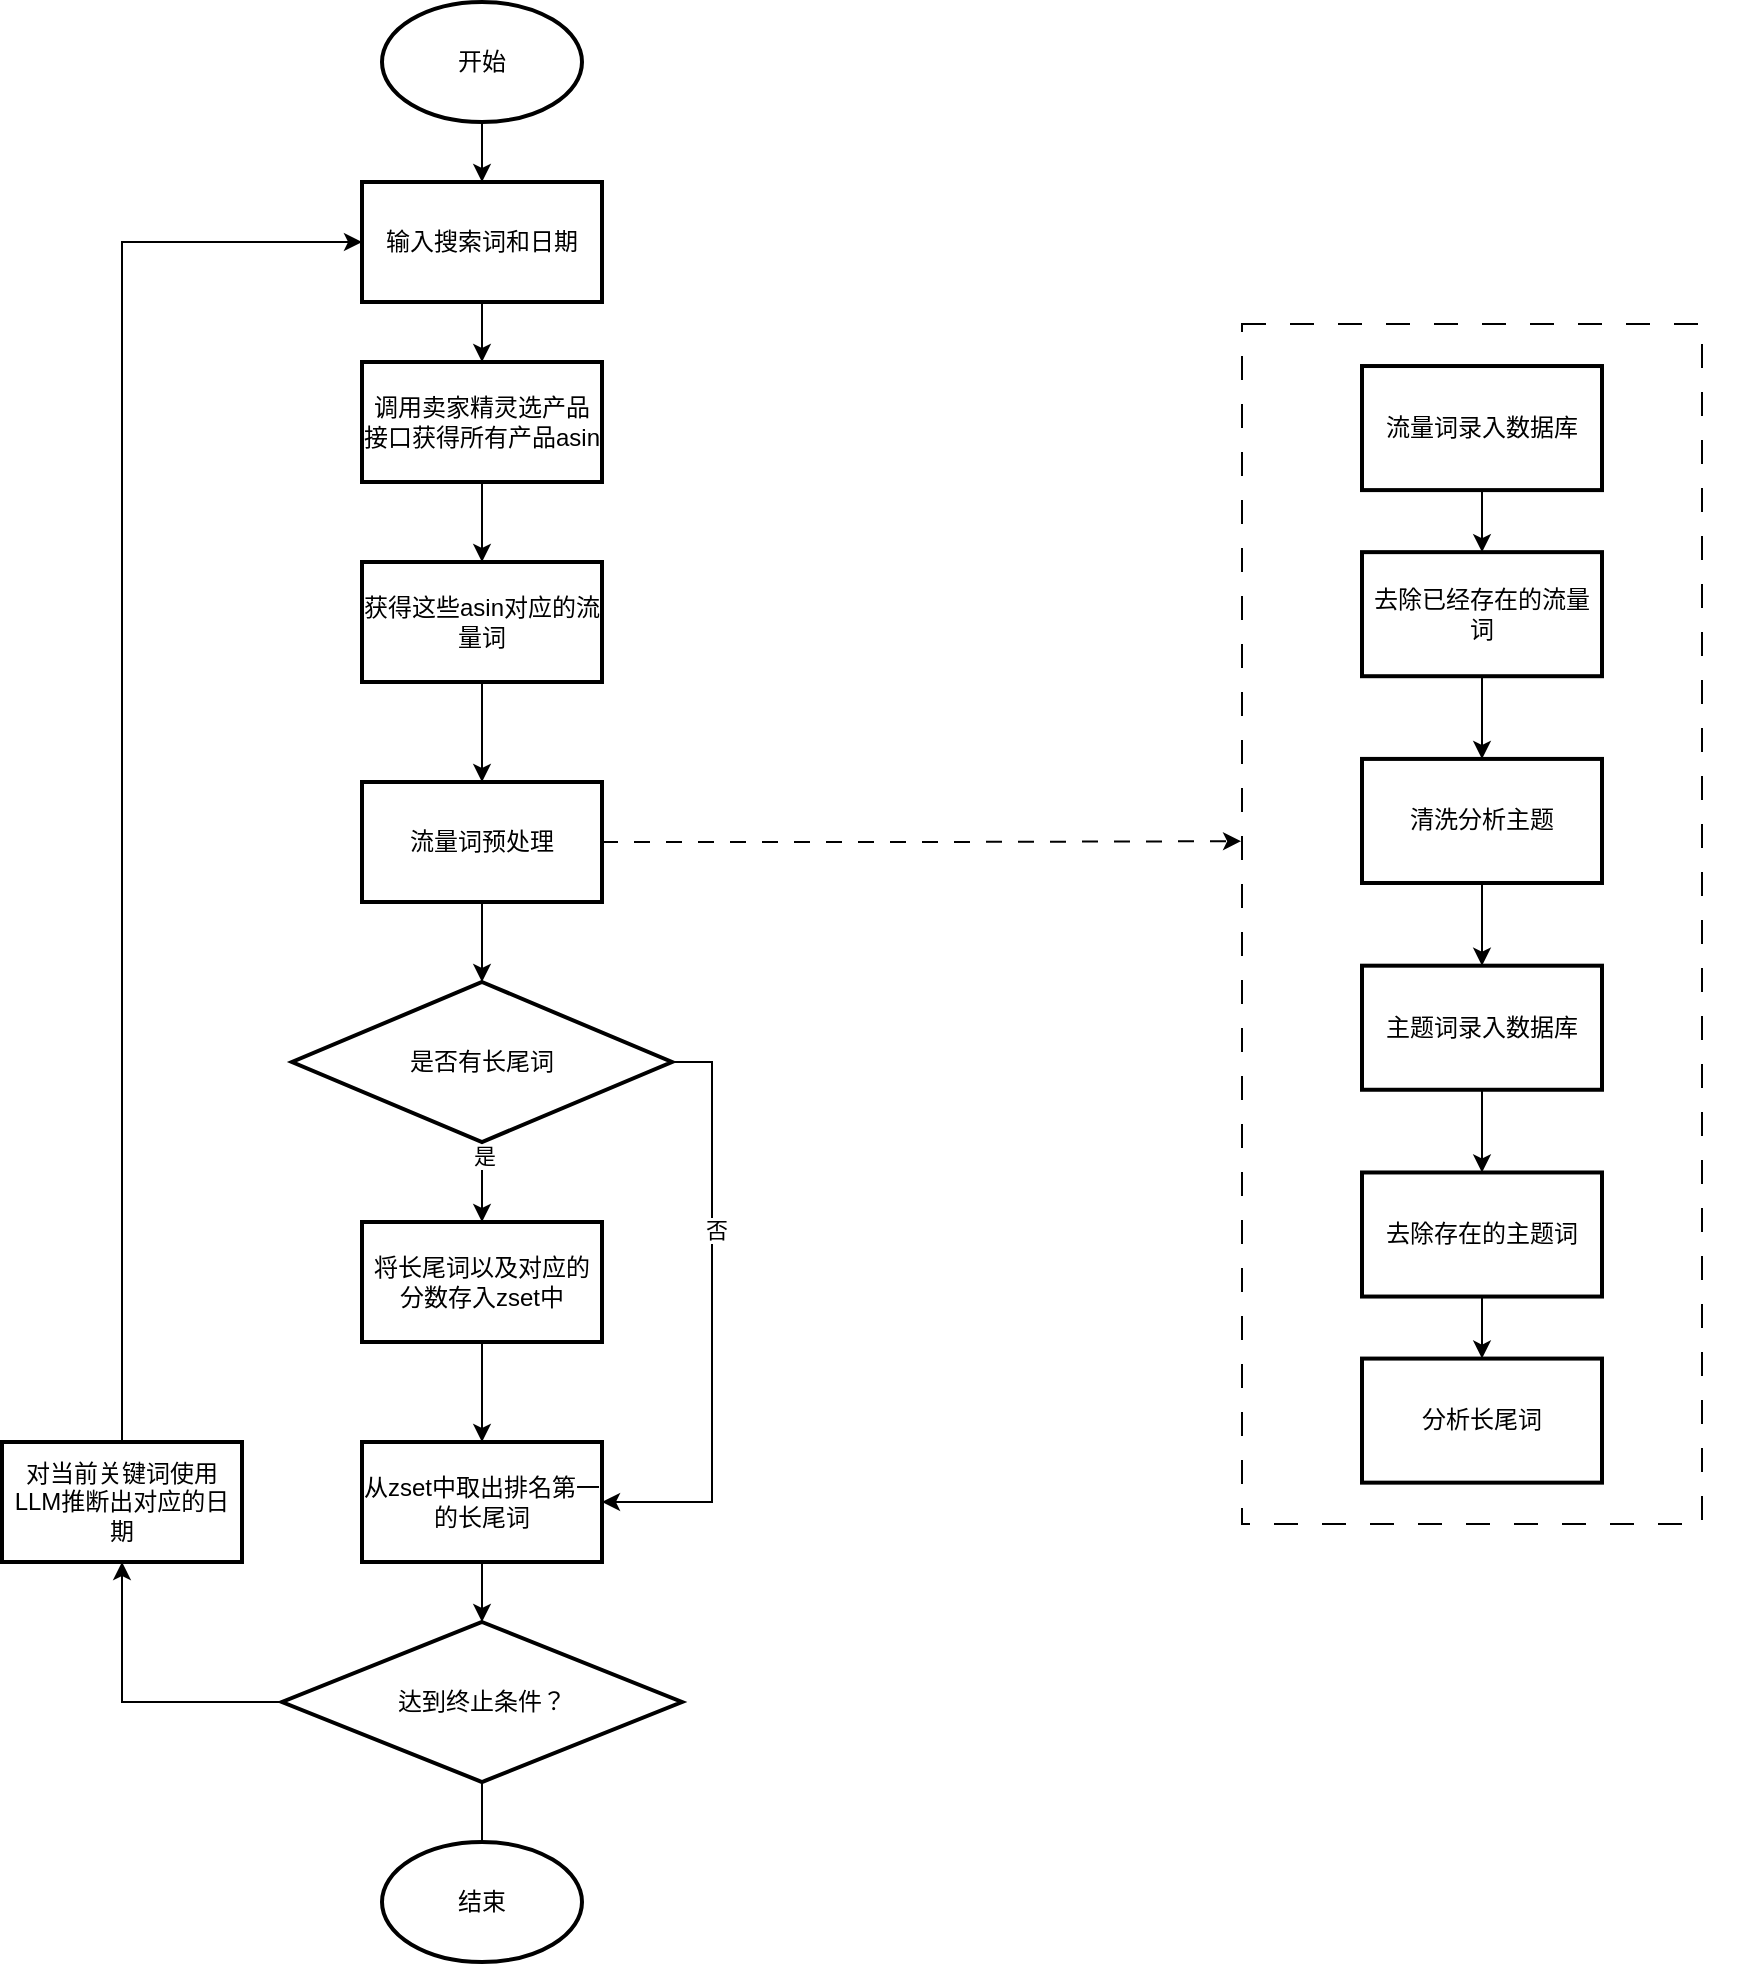
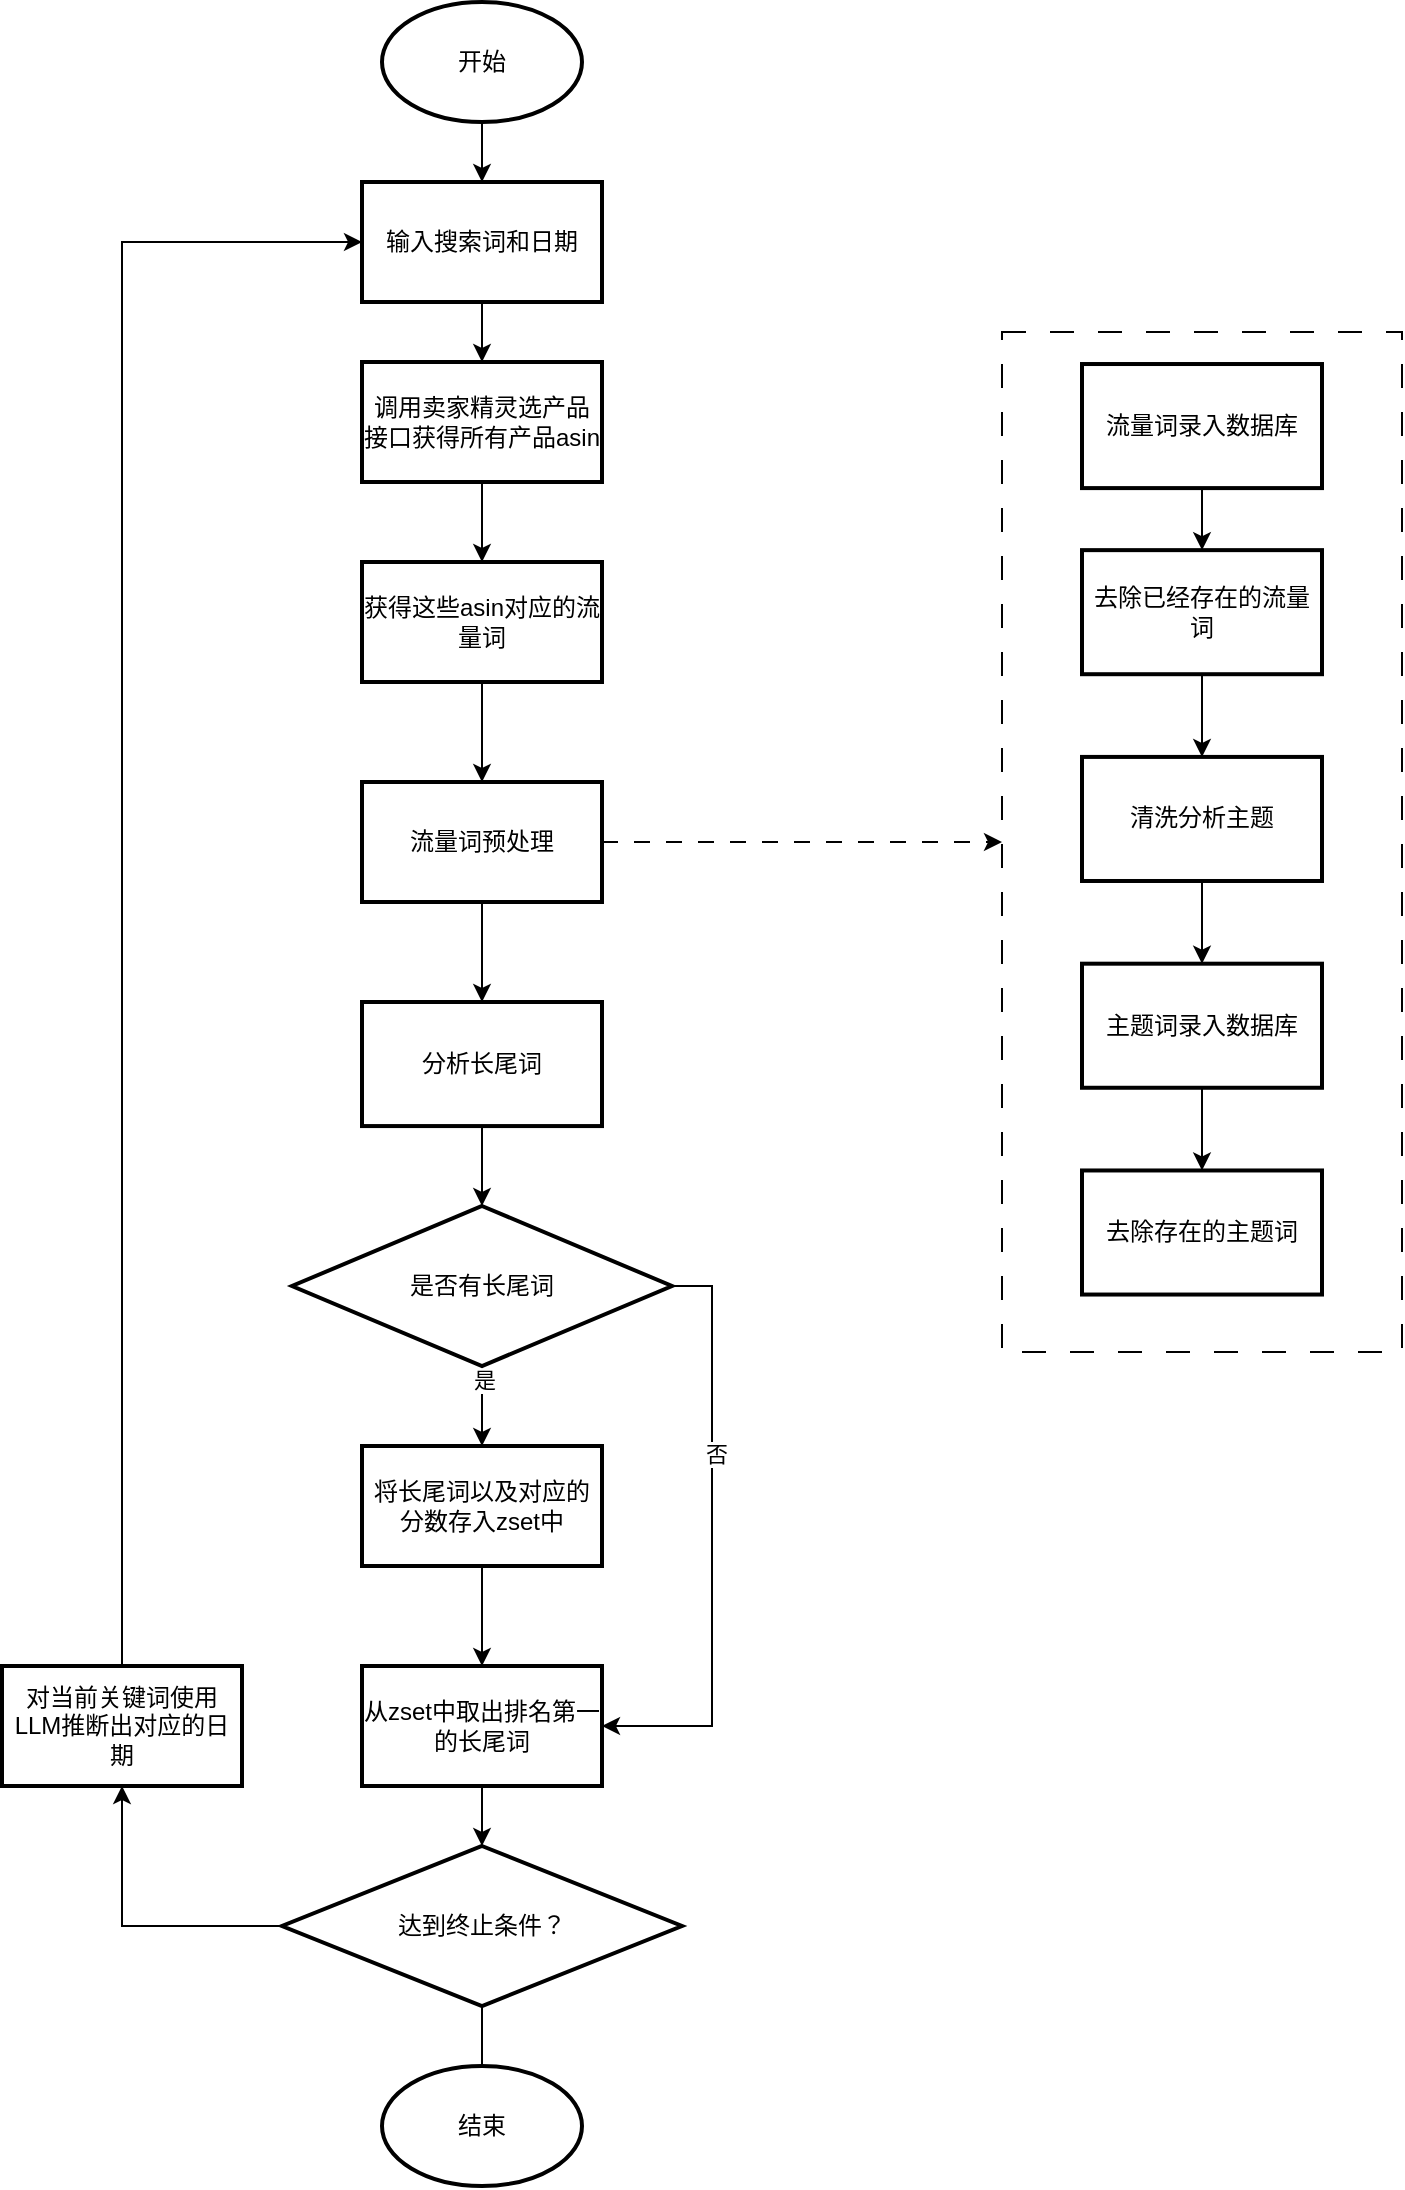
<mxfile host="app.diagrams.net">
  <diagram id="C5RBs43oDa-KdzZeNtuy" name="Page-1">
-     <mxGraphModel dx="1406" dy="746" grid="1" gridSize="10" guides="1" tooltips="1" connect="1" arrows="1" fold="1" page="1" pageScale="1" pageWidth="827" pageHeight="1169" math="0" shadow="0">
+     <mxGraphModel dx="1758" dy="933" grid="1" gridSize="10" guides="1" tooltips="1" connect="1" arrows="1" fold="1" page="1" pageScale="1" pageWidth="1169" pageHeight="827" math="0" shadow="0">
      <root>
        <mxCell id="WIyWlLk6GJQsqaUBKTNV-0" />
        <mxCell id="WIyWlLk6GJQsqaUBKTNV-1" parent="WIyWlLk6GJQsqaUBKTNV-0" />
        <mxCell id="lqHJidFNR8SIyas8HkI6-2" edge="1" parent="WIyWlLk6GJQsqaUBKTNV-1" source="lqHJidFNR8SIyas8HkI6-0" style="edgeStyle=orthogonalEdgeStyle;rounded=0;orthogonalLoop=1;jettySize=auto;html=1;" target="lqHJidFNR8SIyas8HkI6-1" value="">
          <mxGeometry relative="1" as="geometry" />
        </mxCell>
        <mxCell id="lqHJidFNR8SIyas8HkI6-0" parent="WIyWlLk6GJQsqaUBKTNV-1" style="strokeWidth=2;html=1;shape=mxgraph.flowchart.start_1;whiteSpace=wrap;" value="开始" vertex="1">
          <mxGeometry height="60" width="100" x="280" y="120" as="geometry" />
        </mxCell>
        <mxCell id="lqHJidFNR8SIyas8HkI6-4" edge="1" parent="WIyWlLk6GJQsqaUBKTNV-1" source="lqHJidFNR8SIyas8HkI6-1" style="edgeStyle=orthogonalEdgeStyle;rounded=0;orthogonalLoop=1;jettySize=auto;html=1;" target="lqHJidFNR8SIyas8HkI6-3" value="">
          <mxGeometry relative="1" as="geometry" />
        </mxCell>
        <mxCell id="lqHJidFNR8SIyas8HkI6-1" parent="WIyWlLk6GJQsqaUBKTNV-1" style="whiteSpace=wrap;html=1;strokeWidth=2;" value="输入搜索词和日期" vertex="1">
          <mxGeometry height="60" width="120" x="270" y="210" as="geometry" />
        </mxCell>
        <mxCell id="lqHJidFNR8SIyas8HkI6-7" edge="1" parent="WIyWlLk6GJQsqaUBKTNV-1" source="lqHJidFNR8SIyas8HkI6-3" style="edgeStyle=orthogonalEdgeStyle;rounded=0;orthogonalLoop=1;jettySize=auto;html=1;" target="lqHJidFNR8SIyas8HkI6-6" value="">
          <mxGeometry relative="1" as="geometry" />
        </mxCell>
        <mxCell id="lqHJidFNR8SIyas8HkI6-3" parent="WIyWlLk6GJQsqaUBKTNV-1" style="whiteSpace=wrap;html=1;strokeWidth=2;" value="调用卖家精灵选产品接口获得所有产品asin" vertex="1">
          <mxGeometry height="60" width="120" x="270" y="300" as="geometry" />
        </mxCell>
        <mxCell id="lqHJidFNR8SIyas8HkI6-47" edge="1" parent="WIyWlLk6GJQsqaUBKTNV-1" source="lqHJidFNR8SIyas8HkI6-6" style="edgeStyle=orthogonalEdgeStyle;rounded=0;orthogonalLoop=1;jettySize=auto;html=1;" target="lqHJidFNR8SIyas8HkI6-46" value="">
          <mxGeometry relative="1" as="geometry" />
        </mxCell>
        <mxCell id="lqHJidFNR8SIyas8HkI6-6" parent="WIyWlLk6GJQsqaUBKTNV-1" style="whiteSpace=wrap;html=1;strokeWidth=2;" value="获得这些asin对应的流量词" vertex="1">
          <mxGeometry height="60" width="120" x="270" y="400" as="geometry" />
        </mxCell>
        <mxCell id="lqHJidFNR8SIyas8HkI6-31" edge="1" parent="WIyWlLk6GJQsqaUBKTNV-1" source="lqHJidFNR8SIyas8HkI6-20" style="edgeStyle=orthogonalEdgeStyle;rounded=0;orthogonalLoop=1;jettySize=auto;html=1;" target="lqHJidFNR8SIyas8HkI6-24" value="">
          <mxGeometry relative="1" as="geometry" />
        </mxCell>
        <mxCell id="lqHJidFNR8SIyas8HkI6-20" parent="WIyWlLk6GJQsqaUBKTNV-1" style="whiteSpace=wrap;html=1;strokeWidth=2;" value="将长尾词以及对应的分数存入zset中" vertex="1">
-           <mxGeometry height="60" width="120" x="270" y="730" as="geometry" />
+           <mxGeometry height="60" width="120" x="270" y="842" as="geometry" />
        </mxCell>
        <mxCell id="lqHJidFNR8SIyas8HkI6-36" edge="1" parent="WIyWlLk6GJQsqaUBKTNV-1" source="lqHJidFNR8SIyas8HkI6-24" style="edgeStyle=orthogonalEdgeStyle;rounded=0;orthogonalLoop=1;jettySize=auto;html=1;" target="lqHJidFNR8SIyas8HkI6-35" value="">
          <mxGeometry relative="1" as="geometry" />
        </mxCell>
        <mxCell id="lqHJidFNR8SIyas8HkI6-24" parent="WIyWlLk6GJQsqaUBKTNV-1" style="whiteSpace=wrap;html=1;strokeWidth=2;" value="从zset中取出排名第一的长尾词" vertex="1">
-           <mxGeometry height="60" width="120" x="270" y="840" as="geometry" />
+           <mxGeometry height="60" width="120" x="270" y="952" as="geometry" />
        </mxCell>
        <mxCell id="lqHJidFNR8SIyas8HkI6-30" edge="1" parent="WIyWlLk6GJQsqaUBKTNV-1" source="lqHJidFNR8SIyas8HkI6-28" style="edgeStyle=orthogonalEdgeStyle;rounded=0;orthogonalLoop=1;jettySize=auto;html=1;" target="lqHJidFNR8SIyas8HkI6-20" value="">
          <mxGeometry relative="1" as="geometry" />
        </mxCell>
        <mxCell id="lqHJidFNR8SIyas8HkI6-33" connectable="0" parent="lqHJidFNR8SIyas8HkI6-30" style="edgeLabel;html=1;align=center;verticalAlign=middle;resizable=0;points=[];" value="是" vertex="1">
          <mxGeometry relative="1" x="-0.65" y="1" as="geometry">
            <mxPoint as="offset" />
          </mxGeometry>
        </mxCell>
        <mxCell id="lqHJidFNR8SIyas8HkI6-32" edge="1" parent="WIyWlLk6GJQsqaUBKTNV-1" source="lqHJidFNR8SIyas8HkI6-28" style="edgeStyle=orthogonalEdgeStyle;rounded=0;orthogonalLoop=1;jettySize=auto;html=1;entryX=1;entryY=0.5;entryDx=0;entryDy=0;" target="lqHJidFNR8SIyas8HkI6-24">
          <mxGeometry relative="1" as="geometry">
            <Array as="points">
-               <mxPoint x="445" y="650" />
-               <mxPoint x="445" y="870" />
+               <mxPoint x="445" y="762" />
+               <mxPoint x="445" y="982" />
            </Array>
          </mxGeometry>
        </mxCell>
        <mxCell id="lqHJidFNR8SIyas8HkI6-34" connectable="0" parent="lqHJidFNR8SIyas8HkI6-32" style="edgeLabel;html=1;align=center;verticalAlign=middle;resizable=0;points=[];" value="否" vertex="1">
          <mxGeometry relative="1" x="-0.2949" y="2" as="geometry">
            <mxPoint as="offset" />
          </mxGeometry>
        </mxCell>
        <mxCell id="lqHJidFNR8SIyas8HkI6-28" parent="WIyWlLk6GJQsqaUBKTNV-1" style="rhombus;whiteSpace=wrap;html=1;strokeWidth=2;" value="是否有长尾词" vertex="1">
-           <mxGeometry height="80" width="190" x="235" y="610" as="geometry" />
+           <mxGeometry height="80" width="190" x="235" y="722" as="geometry" />
        </mxCell>
        <mxCell id="lqHJidFNR8SIyas8HkI6-39" edge="1" parent="WIyWlLk6GJQsqaUBKTNV-1" source="lqHJidFNR8SIyas8HkI6-35" style="edgeStyle=orthogonalEdgeStyle;rounded=0;orthogonalLoop=1;jettySize=auto;html=1;" target="lqHJidFNR8SIyas8HkI6-38" value="">
          <mxGeometry relative="1" as="geometry" />
        </mxCell>
        <mxCell id="lqHJidFNR8SIyas8HkI6-44" edge="1" parent="WIyWlLk6GJQsqaUBKTNV-1" source="lqHJidFNR8SIyas8HkI6-35" style="edgeStyle=orthogonalEdgeStyle;rounded=0;orthogonalLoop=1;jettySize=auto;html=1;" value="">
          <mxGeometry relative="1" as="geometry">
-             <mxPoint x="330" y="1089.9999999999995" as="targetPoint" />
+             <mxPoint x="330" y="1201.9999999999995" as="targetPoint" />
          </mxGeometry>
        </mxCell>
        <mxCell id="lqHJidFNR8SIyas8HkI6-35" parent="WIyWlLk6GJQsqaUBKTNV-1" style="rhombus;whiteSpace=wrap;html=1;strokeWidth=2;" value="达到终止条件？" vertex="1">
-           <mxGeometry height="80" width="200" x="230" y="930" as="geometry" />
+           <mxGeometry height="80" width="200" x="230" y="1042" as="geometry" />
        </mxCell>
        <mxCell id="lqHJidFNR8SIyas8HkI6-40" edge="1" parent="WIyWlLk6GJQsqaUBKTNV-1" source="lqHJidFNR8SIyas8HkI6-38" style="edgeStyle=orthogonalEdgeStyle;rounded=0;orthogonalLoop=1;jettySize=auto;html=1;entryX=0;entryY=0.5;entryDx=0;entryDy=0;" target="lqHJidFNR8SIyas8HkI6-1">
          <mxGeometry relative="1" as="geometry">
            <Array as="points">
              <mxPoint x="150" y="240" />
            </Array>
          </mxGeometry>
        </mxCell>
        <mxCell id="lqHJidFNR8SIyas8HkI6-38" parent="WIyWlLk6GJQsqaUBKTNV-1" style="whiteSpace=wrap;html=1;strokeWidth=2;" value="对当前关键词使用LLM推断出对应的日期" vertex="1">
-           <mxGeometry height="60" width="120" x="90" y="840" as="geometry" />
+           <mxGeometry height="60" width="120" x="90" y="952" as="geometry" />
        </mxCell>
        <mxCell id="lqHJidFNR8SIyas8HkI6-45" parent="WIyWlLk6GJQsqaUBKTNV-1" style="strokeWidth=2;html=1;shape=mxgraph.flowchart.start_1;whiteSpace=wrap;" value="结束" vertex="1">
-           <mxGeometry height="60" width="100" x="280" y="1040" as="geometry" />
+           <mxGeometry height="60" width="100" x="280" y="1152" as="geometry" />
        </mxCell>
-         <mxCell id="lqHJidFNR8SIyas8HkI6-48" edge="1" parent="WIyWlLk6GJQsqaUBKTNV-1" source="lqHJidFNR8SIyas8HkI6-46" style="edgeStyle=orthogonalEdgeStyle;rounded=0;orthogonalLoop=1;jettySize=auto;html=1;" target="lqHJidFNR8SIyas8HkI6-28" value="">
+         <mxCell id="lqHJidFNR8SIyas8HkI6-53" edge="1" parent="WIyWlLk6GJQsqaUBKTNV-1" source="lqHJidFNR8SIyas8HkI6-46" style="edgeStyle=orthogonalEdgeStyle;rounded=0;orthogonalLoop=1;jettySize=auto;html=1;" target="lqHJidFNR8SIyas8HkI6-18" value="">
          <mxGeometry relative="1" as="geometry" />
        </mxCell>
-         <mxCell id="lqHJidFNR8SIyas8HkI6-51" edge="1" parent="WIyWlLk6GJQsqaUBKTNV-1" source="lqHJidFNR8SIyas8HkI6-46" style="edgeStyle=orthogonalEdgeStyle;rounded=0;orthogonalLoop=1;jettySize=auto;html=1;dashed=1;dashPattern=8 8;entryX=-0.002;entryY=0.431;entryDx=0;entryDy=0;entryPerimeter=0;" target="lqHJidFNR8SIyas8HkI6-49">
-           <mxGeometry relative="1" as="geometry">
-             <mxPoint x="520" y="540" as="targetPoint" />
-           </mxGeometry>
+         <mxCell id="lqHJidFNR8SIyas8HkI6-58" edge="1" parent="WIyWlLk6GJQsqaUBKTNV-1" source="lqHJidFNR8SIyas8HkI6-46" style="edgeStyle=orthogonalEdgeStyle;rounded=0;orthogonalLoop=1;jettySize=auto;html=1;dashed=1;dashPattern=8 8;" target="lqHJidFNR8SIyas8HkI6-56">
+           <mxGeometry relative="1" as="geometry" />
        </mxCell>
        <mxCell id="lqHJidFNR8SIyas8HkI6-46" parent="WIyWlLk6GJQsqaUBKTNV-1" style="whiteSpace=wrap;html=1;strokeWidth=2;" value="流量词预处理" vertex="1">
          <mxGeometry height="60" width="120" x="270" y="510" as="geometry" />
        </mxCell>
-         <mxCell id="lqHJidFNR8SIyas8HkI6-52" connectable="0" parent="WIyWlLk6GJQsqaUBKTNV-1" style="group" value="" vertex="1">
-           <mxGeometry height="627" width="230" x="730" y="271" as="geometry" />
-         </mxCell>
-         <mxCell id="lqHJidFNR8SIyas8HkI6-49" collapsed="1" parent="lqHJidFNR8SIyas8HkI6-52" style="rounded=0;whiteSpace=wrap;html=1;fillColor=none;dashed=1;dashPattern=12 12;strokeColor=default;strokeWidth=1;container=1;" value="" vertex="1">
-           <mxGeometry height="600" width="230" x="-20" y="10" as="geometry">
-             <mxRectangle height="604" width="200" x="530" y="280" as="alternateBounds" />
-           </mxGeometry>
-         </mxCell>
-         <mxCell id="lqHJidFNR8SIyas8HkI6-50" connectable="0" parent="lqHJidFNR8SIyas8HkI6-52" style="group" value="" vertex="1">
-           <mxGeometry height="610" width="200" as="geometry" />
-         </mxCell>
-         <mxCell id="lqHJidFNR8SIyas8HkI6-11" edge="1" parent="lqHJidFNR8SIyas8HkI6-50" source="lqHJidFNR8SIyas8HkI6-8" style="edgeStyle=orthogonalEdgeStyle;rounded=0;orthogonalLoop=1;jettySize=auto;html=1;" target="lqHJidFNR8SIyas8HkI6-10" value="">
+         <mxCell id="lqHJidFNR8SIyas8HkI6-54" edge="1" parent="WIyWlLk6GJQsqaUBKTNV-1" source="lqHJidFNR8SIyas8HkI6-18" style="edgeStyle=orthogonalEdgeStyle;rounded=0;orthogonalLoop=1;jettySize=auto;html=1;" target="lqHJidFNR8SIyas8HkI6-28" value="">
          <mxGeometry relative="1" as="geometry" />
        </mxCell>
-         <mxCell id="lqHJidFNR8SIyas8HkI6-8" parent="lqHJidFNR8SIyas8HkI6-50" style="whiteSpace=wrap;html=1;strokeWidth=2;" value="流量词录入数据库" vertex="1">
-           <mxGeometry height="62.03389830508474" width="120" x="40" y="31.01694915254237" as="geometry" />
+         <mxCell id="lqHJidFNR8SIyas8HkI6-18" parent="WIyWlLk6GJQsqaUBKTNV-1" style="whiteSpace=wrap;html=1;strokeWidth=2;" value="分析长尾词" vertex="1">
+           <mxGeometry height="62.03389830508474" width="120" x="270" y="619.9981355932204" as="geometry" />
        </mxCell>
-         <mxCell id="lqHJidFNR8SIyas8HkI6-13" edge="1" parent="lqHJidFNR8SIyas8HkI6-50" source="lqHJidFNR8SIyas8HkI6-10" style="edgeStyle=orthogonalEdgeStyle;rounded=0;orthogonalLoop=1;jettySize=auto;html=1;" target="lqHJidFNR8SIyas8HkI6-12" value="">
+         <mxCell id="lqHJidFNR8SIyas8HkI6-57" connectable="0" parent="WIyWlLk6GJQsqaUBKTNV-1" style="group" value="" vertex="1">
+           <mxGeometry height="510" width="200" x="590" y="285" as="geometry" />
+         </mxCell>
+         <mxCell id="lqHJidFNR8SIyas8HkI6-56" parent="lqHJidFNR8SIyas8HkI6-57" style="whiteSpace=wrap;html=1;fillColor=none;dashed=1;dashPattern=12 12;" value="" vertex="1">
+           <mxGeometry height="510" width="200" as="geometry" />
+         </mxCell>
+         <mxCell id="lqHJidFNR8SIyas8HkI6-11" edge="1" parent="lqHJidFNR8SIyas8HkI6-57" source="lqHJidFNR8SIyas8HkI6-8" style="edgeStyle=orthogonalEdgeStyle;rounded=0;orthogonalLoop=1;jettySize=auto;html=1;" target="lqHJidFNR8SIyas8HkI6-10" value="">
          <mxGeometry relative="1" as="geometry" />
        </mxCell>
-         <mxCell id="lqHJidFNR8SIyas8HkI6-10" parent="lqHJidFNR8SIyas8HkI6-50" style="whiteSpace=wrap;html=1;strokeWidth=2;" value="去除已经存在的流量词" vertex="1">
-           <mxGeometry height="62.03389830508474" width="120" x="40" y="124.06779661016948" as="geometry" />
+         <mxCell id="lqHJidFNR8SIyas8HkI6-8" parent="lqHJidFNR8SIyas8HkI6-57" style="whiteSpace=wrap;html=1;strokeWidth=2;container=0;" value="流量词录入数据库" vertex="1">
+           <mxGeometry height="62.03389830508474" width="120" x="40" y="16.016949152542367" as="geometry" />
        </mxCell>
-         <mxCell id="lqHJidFNR8SIyas8HkI6-15" edge="1" parent="lqHJidFNR8SIyas8HkI6-50" source="lqHJidFNR8SIyas8HkI6-12" style="edgeStyle=orthogonalEdgeStyle;rounded=0;orthogonalLoop=1;jettySize=auto;html=1;" target="lqHJidFNR8SIyas8HkI6-14" value="">
+         <mxCell id="lqHJidFNR8SIyas8HkI6-13" edge="1" parent="lqHJidFNR8SIyas8HkI6-57" source="lqHJidFNR8SIyas8HkI6-10" style="edgeStyle=orthogonalEdgeStyle;rounded=0;orthogonalLoop=1;jettySize=auto;html=1;" target="lqHJidFNR8SIyas8HkI6-12" value="">
          <mxGeometry relative="1" as="geometry" />
        </mxCell>
-         <mxCell id="lqHJidFNR8SIyas8HkI6-12" parent="lqHJidFNR8SIyas8HkI6-50" style="whiteSpace=wrap;html=1;strokeWidth=2;" value="清洗分析主题" vertex="1">
-           <mxGeometry height="62.03389830508474" width="120" x="40" y="227.45762711864404" as="geometry" />
+         <mxCell id="lqHJidFNR8SIyas8HkI6-10" parent="lqHJidFNR8SIyas8HkI6-57" style="whiteSpace=wrap;html=1;strokeWidth=2;container=0;" value="去除已经存在的流量词" vertex="1">
+           <mxGeometry height="62.03389830508474" width="120" x="40" y="109.06779661016947" as="geometry" />
        </mxCell>
-         <mxCell id="lqHJidFNR8SIyas8HkI6-17" edge="1" parent="lqHJidFNR8SIyas8HkI6-50" source="lqHJidFNR8SIyas8HkI6-14" style="edgeStyle=orthogonalEdgeStyle;rounded=0;orthogonalLoop=1;jettySize=auto;html=1;" target="lqHJidFNR8SIyas8HkI6-16" value="">
+         <mxCell id="lqHJidFNR8SIyas8HkI6-15" edge="1" parent="lqHJidFNR8SIyas8HkI6-57" source="lqHJidFNR8SIyas8HkI6-12" style="edgeStyle=orthogonalEdgeStyle;rounded=0;orthogonalLoop=1;jettySize=auto;html=1;" target="lqHJidFNR8SIyas8HkI6-14" value="">
          <mxGeometry relative="1" as="geometry" />
        </mxCell>
-         <mxCell id="lqHJidFNR8SIyas8HkI6-14" parent="lqHJidFNR8SIyas8HkI6-50" style="whiteSpace=wrap;html=1;strokeWidth=2;" value="主题词录入数据库" vertex="1">
-           <mxGeometry height="62.03389830508474" width="120" x="40" y="330.8474576271186" as="geometry" />
+         <mxCell id="lqHJidFNR8SIyas8HkI6-12" parent="lqHJidFNR8SIyas8HkI6-57" style="whiteSpace=wrap;html=1;strokeWidth=2;container=0;" value="清洗分析主题" vertex="1">
+           <mxGeometry height="62.03389830508474" width="120" x="40" y="212.45762711864404" as="geometry" />
        </mxCell>
-         <mxCell id="lqHJidFNR8SIyas8HkI6-19" edge="1" parent="lqHJidFNR8SIyas8HkI6-50" source="lqHJidFNR8SIyas8HkI6-16" style="edgeStyle=orthogonalEdgeStyle;rounded=0;orthogonalLoop=1;jettySize=auto;html=1;" target="lqHJidFNR8SIyas8HkI6-18" value="">
+         <mxCell id="lqHJidFNR8SIyas8HkI6-17" edge="1" parent="lqHJidFNR8SIyas8HkI6-57" source="lqHJidFNR8SIyas8HkI6-14" style="edgeStyle=orthogonalEdgeStyle;rounded=0;orthogonalLoop=1;jettySize=auto;html=1;" target="lqHJidFNR8SIyas8HkI6-16" value="">
          <mxGeometry relative="1" as="geometry" />
        </mxCell>
-         <mxCell id="lqHJidFNR8SIyas8HkI6-16" parent="lqHJidFNR8SIyas8HkI6-50" style="whiteSpace=wrap;html=1;strokeWidth=2;" value="去除存在的主题词" vertex="1">
-           <mxGeometry height="62.03389830508474" width="120" x="40" y="434.2372881355932" as="geometry" />
+         <mxCell id="lqHJidFNR8SIyas8HkI6-14" parent="lqHJidFNR8SIyas8HkI6-57" style="whiteSpace=wrap;html=1;strokeWidth=2;container=0;" value="主题词录入数据库" vertex="1">
+           <mxGeometry height="62.03389830508474" width="120" x="40" y="315.8474576271186" as="geometry" />
        </mxCell>
-         <mxCell id="lqHJidFNR8SIyas8HkI6-18" parent="lqHJidFNR8SIyas8HkI6-50" style="whiteSpace=wrap;html=1;strokeWidth=2;" value="分析长尾词" vertex="1">
-           <mxGeometry height="62.03389830508474" width="120" x="40" y="527.2881355932203" as="geometry" />
+         <mxCell id="lqHJidFNR8SIyas8HkI6-16" parent="lqHJidFNR8SIyas8HkI6-57" style="whiteSpace=wrap;html=1;strokeWidth=2;container=0;" value="去除存在的主题词" vertex="1">
+           <mxGeometry height="62.03389830508474" width="120" x="40" y="419.2372881355932" as="geometry" />
        </mxCell>
      </root>
    </mxGraphModel>
  </diagram>
</mxfile>
